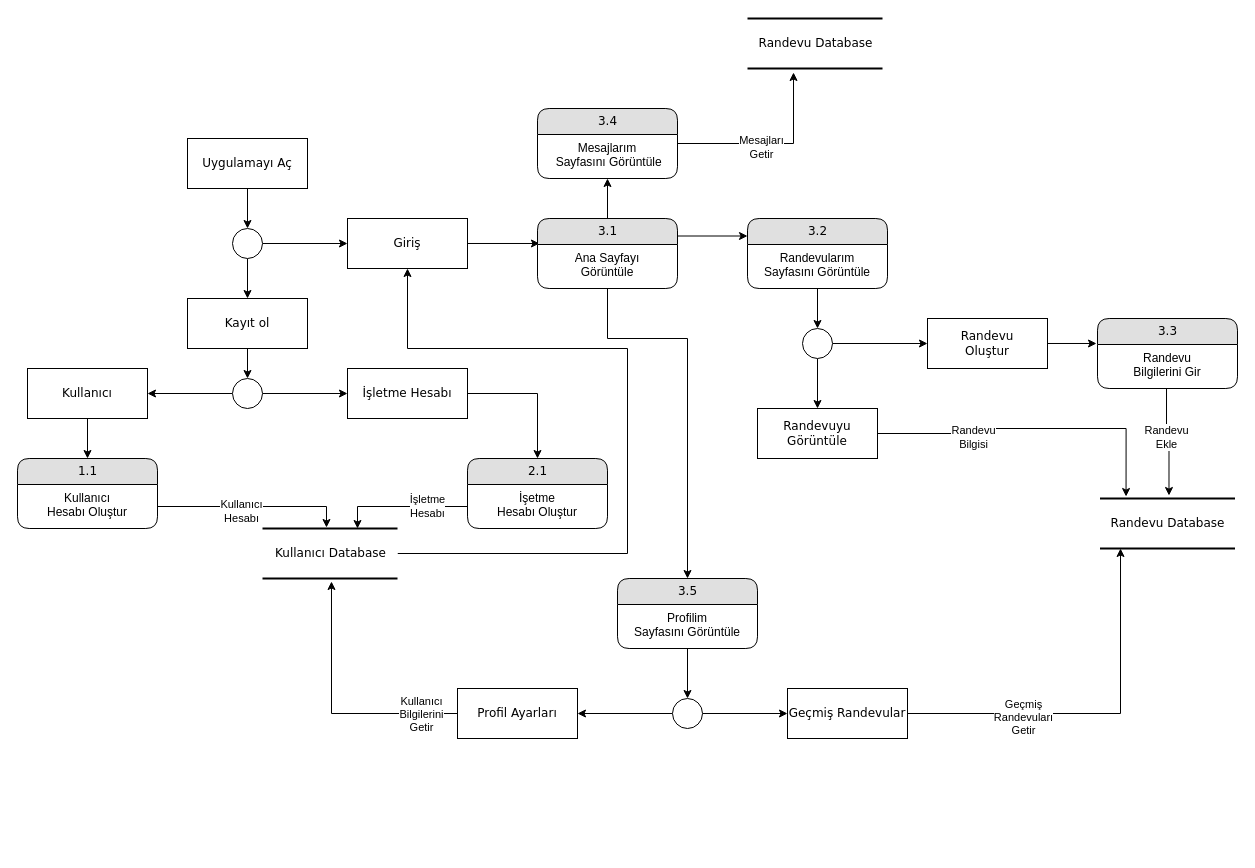
Above: veriakis.drawio in smhcbr/flowcharts (draw.io), before the change. Source tidied: cells renumbered, new cells numbered last; positions are measured from the earlier drawing's top-left corner, leaving out a move shared by most shapes. Both pictures are drawn from the tidied source at 100%, with x=0, y=0 at pixel (17, 18).
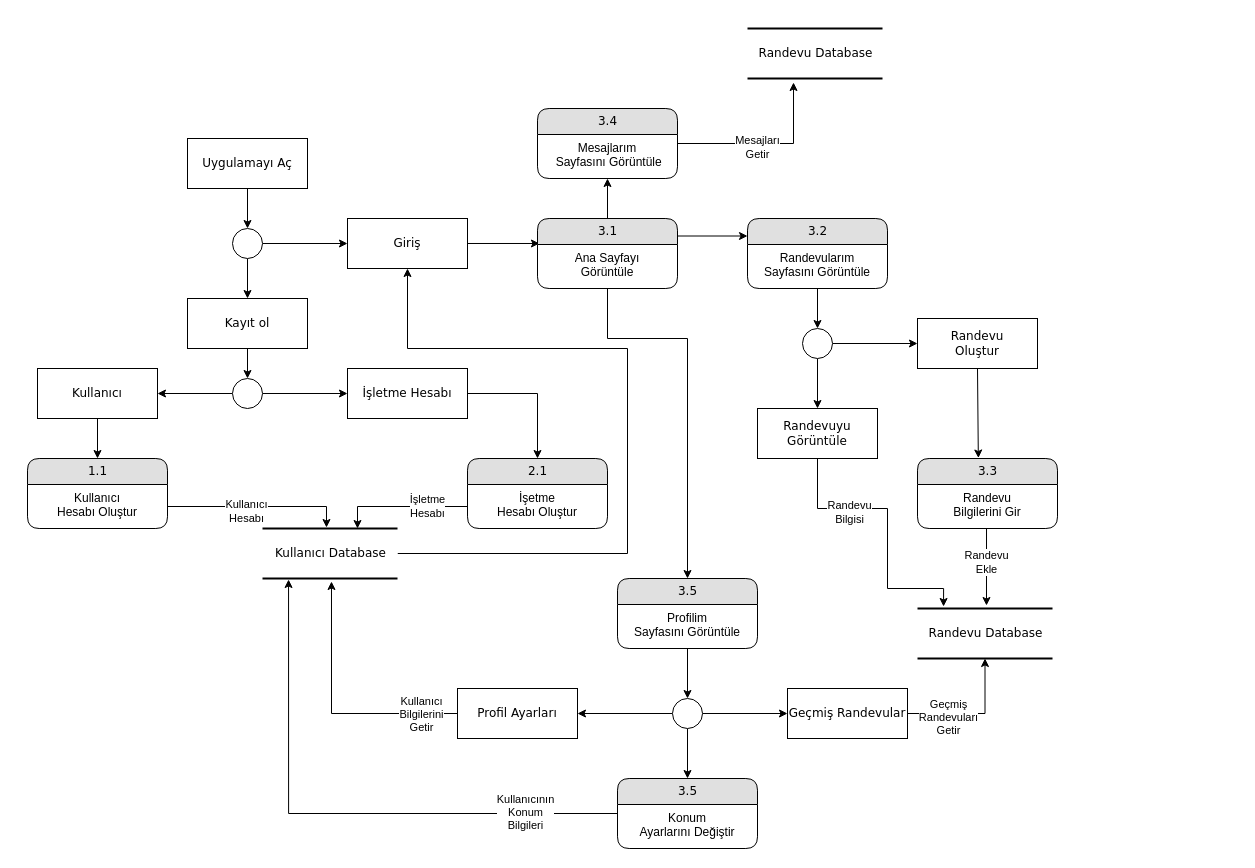
The same diagram, later.

The change refers to these unchanged cells:
```xml
<mxCell id="22" value="Kullanıcı Database" style="html=1;rounded=0;shadow=0;comic=0;labelBackgroundColor=none;strokeWidth=2;fontFamily=Verdana;fontSize=12;align=center;shape=mxgraph.ios7ui.horLines;" parent="1" vertex="1">
  <mxGeometry x="245" y="510" width="135" height="50" as="geometry" />
</mxCell>
<mxCell id="42" value="Randevuyu&lt;br&gt;Görüntüle" style="whiteSpace=wrap;html=1;rounded=0;shadow=0;comic=0;labelBackgroundColor=none;strokeWidth=1;fontFamily=Verdana;fontSize=12;align=center;" parent="1" vertex="1">
  <mxGeometry x="740" y="390" width="120" height="50" as="geometry" />
</mxCell>
<mxCell id="60" style="ellipse;whiteSpace=wrap;html=1;rounded=1;shadow=0;comic=0;labelBackgroundColor=none;strokeWidth=1;fontFamily=Verdana;fontSize=12;align=center;" parent="1" vertex="1">
  <mxGeometry x="655" y="680" width="30" height="30" as="geometry" />
</mxCell>
<mxCell id="63" value="Geçmiş Randevular" style="whiteSpace=wrap;html=1;rounded=0;shadow=0;comic=0;labelBackgroundColor=none;strokeWidth=1;fontFamily=Verdana;fontSize=12;align=center;" parent="1" vertex="1">
  <mxGeometry x="770" y="670" width="120" height="50" as="geometry" />
</mxCell>
```

Change to the diagram source:
```diff
@@
     <mxCell id="10" value="Kullanıcı" style="whiteSpace=wrap;html=1;rounded=0;shadow=0;comic=0;labelBackgroundColor=none;strokeWidth=1;fontFamily=Verdana;fontSize=12;align=center;" parent="1" vertex="1">
-      <mxGeometry x="10" y="350" width="120" height="50" as="geometry" />
+      <mxGeometry x="20" y="350" width="120" height="50" as="geometry" />
     </mxCell>
     <mxCell id="11" value="1.1" style="swimlane;html=1;fontStyle=0;horizontal=1;startSize=26;fillColor=#e0e0e0;swimlaneFillColor=#ffffff;align=center;rounded=1;shadow=0;comic=0;labelBackgroundColor=none;strokeWidth=1;fontFamily=Verdana;fontSize=12;" parent="1" vertex="1">
-      <mxGeometry y="440" width="140" height="70" as="geometry" />
+      <mxGeometry x="10" y="440" width="140" height="70" as="geometry" />
     </mxCell>
@@
     <mxCell id="40" style="edgeStyle=orthogonalEdgeStyle;rounded=0;jumpStyle=arc;jettySize=auto;html=1;entryX=0.193;entryY=-0.04;entryDx=0;entryDy=0;entryPerimeter=0;" parent="1" edge="1" source="42" target="47">
       <mxGeometry relative="1" as="geometry">
         <Array as="points">
-          <mxPoint x="965" y="415" />
-          <mxPoint x="965" y="410" />
-          <mxPoint x="1109" y="410" />
+          <mxPoint x="800" y="490" />
+          <mxPoint x="870" y="490" />
+          <mxPoint x="870" y="570" />
+          <mxPoint x="926" y="570" />
         </Array>
       </mxGeometry>
     </mxCell>
@@
-    <mxCell id="45" style="edgeStyle=orthogonalEdgeStyle;rounded=0;jumpStyle=arc;jettySize=auto;html=1;entryX=-0.007;entryY=0.357;entryDx=0;entryDy=0;entryPerimeter=0;" parent="1" edge="1" source="46" target="48">
+    <mxCell id="45" style="edgeStyle=orthogonalEdgeStyle;rounded=0;jumpStyle=arc;jettySize=auto;html=1;entryX=0.435;entryY=-0.007;entryDx=0;entryDy=0;entryPerimeter=0;" parent="1" edge="1" source="46" target="48">
       <mxGeometry relative="1" as="geometry" />
     </mxCell>
     <mxCell id="46" value="Randevu &lt;br&gt;Oluştur" style="whiteSpace=wrap;html=1;rounded=0;shadow=0;comic=0;labelBackgroundColor=none;strokeWidth=1;fontFamily=Verdana;fontSize=12;align=center;" parent="1" vertex="1">
-      <mxGeometry x="910" y="300" width="120" height="50" as="geometry" />
+      <mxGeometry x="900" y="300" width="120" height="50" as="geometry" />
     </mxCell>
     <mxCell id="47" value="Randevu Database" style="html=1;rounded=0;shadow=0;comic=0;labelBackgroundColor=none;strokeWidth=2;fontFamily=Verdana;fontSize=12;align=center;shape=mxgraph.ios7ui.horLines;" parent="1" vertex="1">
-      <mxGeometry x="1082.5" y="480" width="135" height="50" as="geometry" />
+      <mxGeometry x="900" y="590" width="135" height="50" as="geometry" />
     </mxCell>
     <mxCell id="48" value="3.3" style="swimlane;html=1;fontStyle=0;horizontal=1;startSize=26;fillColor=#e0e0e0;swimlaneFillColor=#ffffff;align=center;rounded=1;shadow=0;comic=0;labelBackgroundColor=none;strokeWidth=1;fontFamily=Verdana;fontSize=12;" parent="1" vertex="1">
-      <mxGeometry x="1080" y="300" width="140" height="70" as="geometry" />
+      <mxGeometry x="900" y="440" width="140" height="70" as="geometry" />
     </mxCell>
@@
     <mxCell id="54" value="Randevu Database" style="html=1;rounded=0;shadow=0;comic=0;labelBackgroundColor=none;strokeWidth=2;fontFamily=Verdana;fontSize=12;align=center;shape=mxgraph.ios7ui.horLines;" parent="1" vertex="1">
-      <mxGeometry x="730" width="135" height="50" as="geometry" />
+      <mxGeometry x="730" y="10" width="135" height="50" as="geometry" />
     </mxCell>
@@
+    <mxCell id="67" style="edgeStyle=orthogonalEdgeStyle;rounded=0;jumpStyle=arc;jettySize=auto;html=1;entryX=0.5;entryY=0;entryDx=0;entryDy=0;" parent="1" edge="1" source="60" target="70">
+      <mxGeometry relative="1" as="geometry" />
+    </mxCell>
@@
-    <mxCell id="61" style="edgeStyle=orthogonalEdgeStyle;rounded=0;jumpStyle=arc;jettySize=auto;html=1;entryX=0.152;entryY=1;entryDx=0;entryDy=0;entryPerimeter=0;" parent="1" edge="1" source="63" target="47">
+    <mxCell id="61" style="edgeStyle=orthogonalEdgeStyle;rounded=0;jumpStyle=arc;jettySize=auto;html=1;" parent="1" edge="1" source="63" target="47">
       <mxGeometry relative="1" as="geometry" />
     </mxCell>
@@
+    <mxCell id="68" style="edgeStyle=orthogonalEdgeStyle;rounded=0;jumpStyle=arc;jettySize=auto;html=1;entryX=0.193;entryY=1.02;entryDx=0;entryDy=0;entryPerimeter=0;" parent="1" edge="1" source="70" target="22">
+      <mxGeometry relative="1" as="geometry" />
+    </mxCell>
+    <mxCell id="69" value="Kullanıcının&lt;br&gt;Konum&lt;br&gt;Bilgileri" style="edgeLabel;html=1;align=center;verticalAlign=middle;" parent="68" vertex="1">
+      <mxGeometry x="-0.67" y="-2" relative="1" as="geometry" />
+    </mxCell>
+    <mxCell id="70" value="3.5" style="swimlane;html=1;fontStyle=0;horizontal=1;startSize=26;fillColor=#e0e0e0;swimlaneFillColor=#ffffff;align=center;rounded=1;shadow=0;comic=0;labelBackgroundColor=none;strokeWidth=1;fontFamily=Verdana;fontSize=12;" parent="1" vertex="1">
+      <mxGeometry x="600" y="760" width="140" height="70" as="geometry" />
+    </mxCell>
+    <mxCell id="71" value="Konum&lt;br&gt;Ayarlarını Değiştir" style="text;html=1;strokeColor=none;fillColor=none;spacingLeft=4;spacingRight=4;whiteSpace=wrap;overflow=hidden;align=center;" parent="70" vertex="1">
+      <mxGeometry y="26" width="140" height="44" as="geometry" />
+    </mxCell>
```
